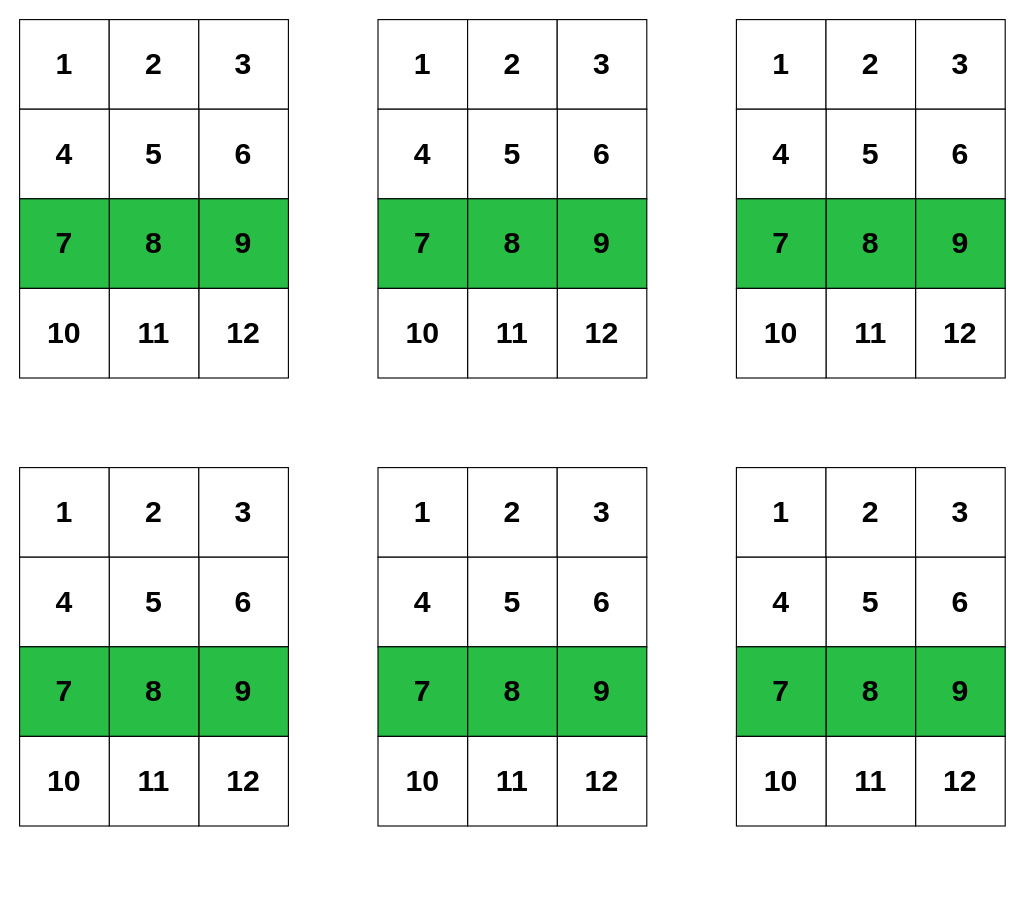
This is ЛК/ЛК-3-NumPy/slicies.drawio from VChuzlov/Python_for_CE, a draw.io file, before an edit. Source tidied: cells renumbered, new cells numbered last; positions are measured from the earlier drawing's top-left corner, leaving out a move shared by most shapes. Both pictures are drawn from the tidied source at 112%, with x=0, y=0 at pixel (19, 19).
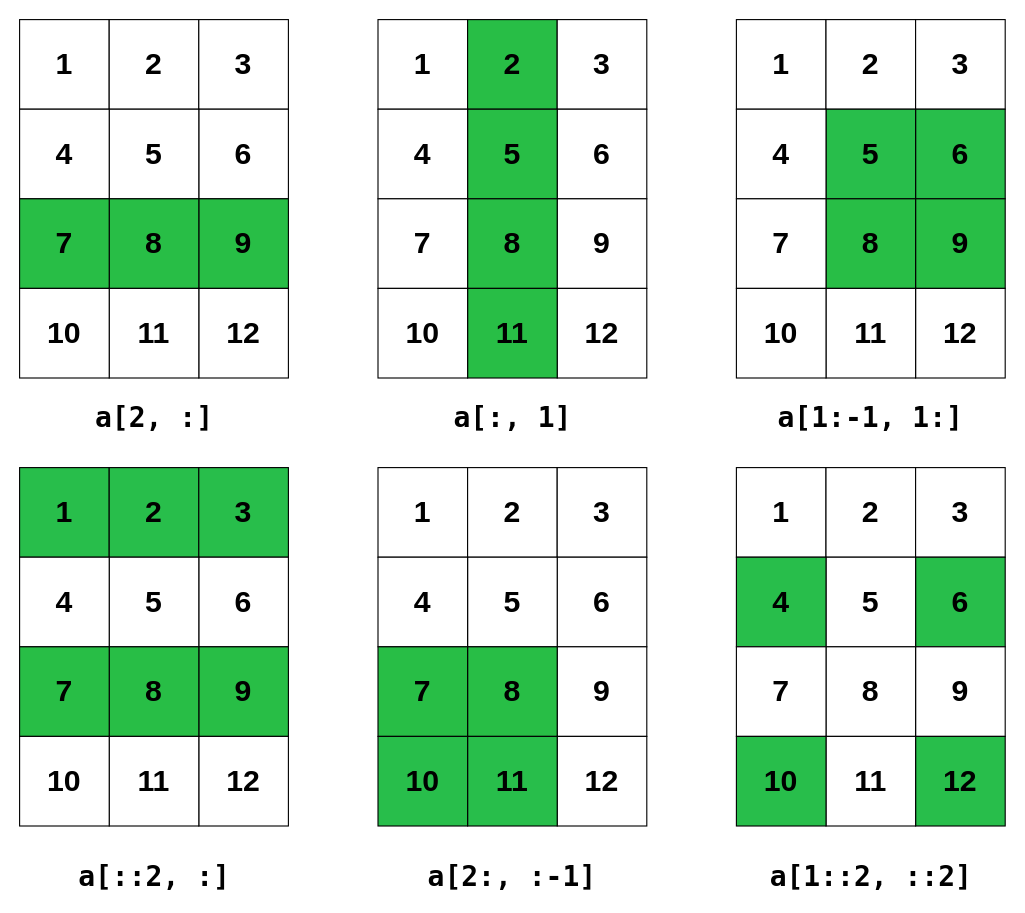
The same page after the edit.

What changed in the source:
```diff
@@
-    <mxCell id="15" value="2" style="whiteSpace=wrap;html=1;fontStyle=1;fontSize=27;" parent="1" vertex="1">
+    <mxCell id="15" value="2" style="whiteSpace=wrap;html=1;fontStyle=1;fontSize=27;fillColor=#28be46;" parent="1" vertex="1">
       <mxGeometry x="400" width="80" height="80" as="geometry" />
     </mxCell>
@@
-    <mxCell id="18" value="5" style="whiteSpace=wrap;html=1;fontStyle=1;fontSize=27;" parent="1" vertex="1">
+    <mxCell id="18" value="5" style="whiteSpace=wrap;html=1;fontStyle=1;fontSize=27;fillColor=#28be46;" parent="1" vertex="1">
       <mxGeometry x="400" y="80" width="80" height="80" as="geometry" />
     </mxCell>
@@
-    <mxCell id="20" value="9" style="whiteSpace=wrap;html=1;fontStyle=1;fontSize=27;fillColor=#28be46;" parent="1" vertex="1">
+    <mxCell id="20" value="9" style="whiteSpace=wrap;html=1;fontStyle=1;fontSize=27;" parent="1" vertex="1">
       <mxGeometry x="480" y="160" width="80" height="80" as="geometry" />
     </mxCell>
@@
-    <mxCell id="22" value="7" style="whiteSpace=wrap;html=1;fontStyle=1;fontSize=27;fillColor=#28be46;" parent="1" vertex="1">
+    <mxCell id="22" value="7" style="whiteSpace=wrap;html=1;fontStyle=1;fontSize=27;" parent="1" vertex="1">
       <mxGeometry x="320" y="160" width="80" height="80" as="geometry" />
     </mxCell>
@@
-    <mxCell id="24" value="11" style="whiteSpace=wrap;html=1;fontStyle=1;fontSize=27;" parent="1" vertex="1">
+    <mxCell id="24" value="11" style="whiteSpace=wrap;html=1;fontStyle=1;fontSize=27;fillColor=#28be46;" parent="1" vertex="1">
       <mxGeometry x="400" y="240" width="80" height="80" as="geometry" />
     </mxCell>
@@
-    <mxCell id="29" value="6" style="whiteSpace=wrap;html=1;fontStyle=1;fontSize=27;" parent="1" vertex="1">
+    <mxCell id="29" value="6" style="whiteSpace=wrap;html=1;fontStyle=1;fontSize=27;fillColor=#28be4b;" parent="1" vertex="1">
       <mxGeometry x="800" y="80" width="80" height="80" as="geometry" />
     </mxCell>
-    <mxCell id="30" value="5" style="whiteSpace=wrap;html=1;fontStyle=1;fontSize=27;" parent="1" vertex="1">
+    <mxCell id="30" value="5" style="whiteSpace=wrap;html=1;fontStyle=1;fontSize=27;fillColor=#28be4b;" parent="1" vertex="1">
       <mxGeometry x="720" y="80" width="80" height="80" as="geometry" />
     </mxCell>
@@
-    <mxCell id="34" value="7" style="whiteSpace=wrap;html=1;fontStyle=1;fontSize=27;fillColor=#28be46;" parent="1" vertex="1">
+    <mxCell id="34" value="7" style="whiteSpace=wrap;html=1;fontStyle=1;fontSize=27;" parent="1" vertex="1">
       <mxGeometry x="640" y="160" width="80" height="80" as="geometry" />
     </mxCell>
@@
-    <mxCell id="38" value="1" style="whiteSpace=wrap;html=1;fontStyle=1;fontSize=27;" parent="1" vertex="1">
+    <mxCell id="38" value="1" style="whiteSpace=wrap;html=1;fontStyle=1;fontSize=27;fillColor=#28be4b;" parent="1" vertex="1">
       <mxGeometry y="400" width="80" height="80" as="geometry" />
     </mxCell>
-    <mxCell id="39" value="2" style="whiteSpace=wrap;html=1;fontStyle=1;fontSize=27;" parent="1" vertex="1">
+    <mxCell id="39" value="2" style="whiteSpace=wrap;html=1;fontStyle=1;fontSize=27;fillColor=#28be4b;" parent="1" vertex="1">
       <mxGeometry x="80" y="400" width="80" height="80" as="geometry" />
     </mxCell>
-    <mxCell id="40" value="3" style="whiteSpace=wrap;html=1;fontStyle=1;fontSize=27;" parent="1" vertex="1">
+    <mxCell id="40" value="3" style="whiteSpace=wrap;html=1;fontStyle=1;fontSize=27;fillColor=#28be4b;" parent="1" vertex="1">
       <mxGeometry x="160" y="400" width="80" height="80" as="geometry" />
     </mxCell>
@@
-    <mxCell id="56" value="9" style="whiteSpace=wrap;html=1;fontStyle=1;fontSize=27;fillColor=#28be46;" parent="1" vertex="1">
+    <mxCell id="56" value="9" style="whiteSpace=wrap;html=1;fontStyle=1;fontSize=27;" parent="1" vertex="1">
       <mxGeometry x="480" y="560" width="80" height="80" as="geometry" />
     </mxCell>
@@
-    <mxCell id="60" value="11" style="whiteSpace=wrap;html=1;fontStyle=1;fontSize=27;" parent="1" vertex="1">
+    <mxCell id="60" value="11" style="whiteSpace=wrap;html=1;fontStyle=1;fontSize=27;fillColor=#28be4b;" parent="1" vertex="1">
       <mxGeometry x="400" y="640" width="80" height="80" as="geometry" />
     </mxCell>
-    <mxCell id="61" value="10" style="whiteSpace=wrap;html=1;fontStyle=1;fontSize=27;" parent="1" vertex="1">
+    <mxCell id="61" value="10" style="whiteSpace=wrap;html=1;fontStyle=1;fontSize=27;fillColor=#28be4b;" parent="1" vertex="1">
       <mxGeometry x="320" y="640" width="80" height="80" as="geometry" />
     </mxCell>
@@
-    <mxCell id="65" value="6" style="whiteSpace=wrap;html=1;fontStyle=1;fontSize=27;" parent="1" vertex="1">
+    <mxCell id="65" value="6" style="whiteSpace=wrap;html=1;fontStyle=1;fontSize=27;fillColor=#28be4b;" parent="1" vertex="1">
       <mxGeometry x="800" y="480" width="80" height="80" as="geometry" />
     </mxCell>
@@
-    <mxCell id="67" value="4" style="whiteSpace=wrap;html=1;fontStyle=1;fontSize=27;" parent="1" vertex="1">
+    <mxCell id="67" value="4" style="whiteSpace=wrap;html=1;fontStyle=1;fontSize=27;fillColor=#28be4b;" parent="1" vertex="1">
       <mxGeometry x="640" y="480" width="80" height="80" as="geometry" />
     </mxCell>
-    <mxCell id="68" value="9" style="whiteSpace=wrap;html=1;fontStyle=1;fontSize=27;fillColor=#28be46;" parent="1" vertex="1">
+    <mxCell id="68" value="9" style="whiteSpace=wrap;html=1;fontStyle=1;fontSize=27;" parent="1" vertex="1">
       <mxGeometry x="800" y="560" width="80" height="80" as="geometry" />
     </mxCell>
-    <mxCell id="69" value="8" style="whiteSpace=wrap;html=1;fontStyle=1;fontSize=27;fillColor=#28be46;" parent="1" vertex="1">
+    <mxCell id="69" value="8" style="whiteSpace=wrap;html=1;fontStyle=1;fontSize=27;" parent="1" vertex="1">
       <mxGeometry x="720" y="560" width="80" height="80" as="geometry" />
     </mxCell>
-    <mxCell id="70" value="7" style="whiteSpace=wrap;html=1;fontStyle=1;fontSize=27;fillColor=#28be46;" parent="1" vertex="1">
+    <mxCell id="70" value="7" style="whiteSpace=wrap;html=1;fontStyle=1;fontSize=27;" parent="1" vertex="1">
       <mxGeometry x="640" y="560" width="80" height="80" as="geometry" />
     </mxCell>
-    <mxCell id="71" value="12" style="whiteSpace=wrap;html=1;fontStyle=1;fontSize=27;" parent="1" vertex="1">
+    <mxCell id="71" value="12" style="whiteSpace=wrap;html=1;fontStyle=1;fontSize=27;fillColor=#28be4b;" parent="1" vertex="1">
       <mxGeometry x="800" y="640" width="80" height="80" as="geometry" />
     </mxCell>
@@
-    <mxCell id="73" value="10" style="whiteSpace=wrap;html=1;fontStyle=1;fontSize=27;" parent="1" vertex="1">
+    <mxCell id="73" value="10" style="whiteSpace=wrap;html=1;fontStyle=1;fontSize=27;fillColor=#28be4b;" parent="1" vertex="1">
       <mxGeometry x="640" y="640" width="80" height="80" as="geometry" />
     </mxCell>
+    <mxCell id="74" value="a[2, :]" style="text;strokeColor=none;align=center;fillColor=none;html=1;verticalAlign=middle;whiteSpace=wrap;rounded=0;fontStyle=1;fontFamily=Lucida Console;fontSize=25;" parent="1" vertex="1">
+      <mxGeometry x="62.5" y="340" width="115" height="30" as="geometry" />
+    </mxCell>
+    <mxCell id="75" value="a[:, 1]" style="text;strokeColor=none;align=center;fillColor=none;html=1;verticalAlign=middle;whiteSpace=wrap;rounded=0;fontStyle=1;fontFamily=Lucida Console;fontSize=25;" parent="1" vertex="1">
+      <mxGeometry x="382.5" y="340" width="115" height="30" as="geometry" />
+    </mxCell>
+    <mxCell id="76" value="a[1:-1, 1:]" style="text;strokeColor=none;align=center;fillColor=none;html=1;verticalAlign=middle;whiteSpace=wrap;rounded=0;fontStyle=1;fontFamily=Lucida Console;fontSize=25;" parent="1" vertex="1">
+      <mxGeometry x="673.1" y="340" width="173.8" height="30" as="geometry" />
+    </mxCell>
+    <mxCell id="77" value="a[::2, :]" style="text;strokeColor=none;align=center;fillColor=none;html=1;verticalAlign=middle;whiteSpace=wrap;rounded=0;fontStyle=1;fontFamily=Lucida Console;fontSize=25;" parent="1" vertex="1">
+      <mxGeometry x="48.8" y="750" width="142.5" height="30" as="geometry" />
+    </mxCell>
+    <mxCell id="78" value="a[2:, :-1]" style="text;strokeColor=none;align=center;fillColor=none;html=1;verticalAlign=middle;whiteSpace=wrap;rounded=0;fontStyle=1;fontFamily=Lucida Console;fontSize=25;" parent="1" vertex="1">
+      <mxGeometry x="361.2" y="750" width="157.5" height="30" as="geometry" />
+    </mxCell>
+    <mxCell id="79" value="a[1::2, ::2]" style="text;strokeColor=none;align=center;fillColor=none;html=1;verticalAlign=middle;whiteSpace=wrap;rounded=0;fontStyle=1;fontFamily=Lucida Console;fontSize=25;" parent="1" vertex="1">
+      <mxGeometry x="661.6" y="750" width="196.9" height="30" as="geometry" />
+    </mxCell>
```
